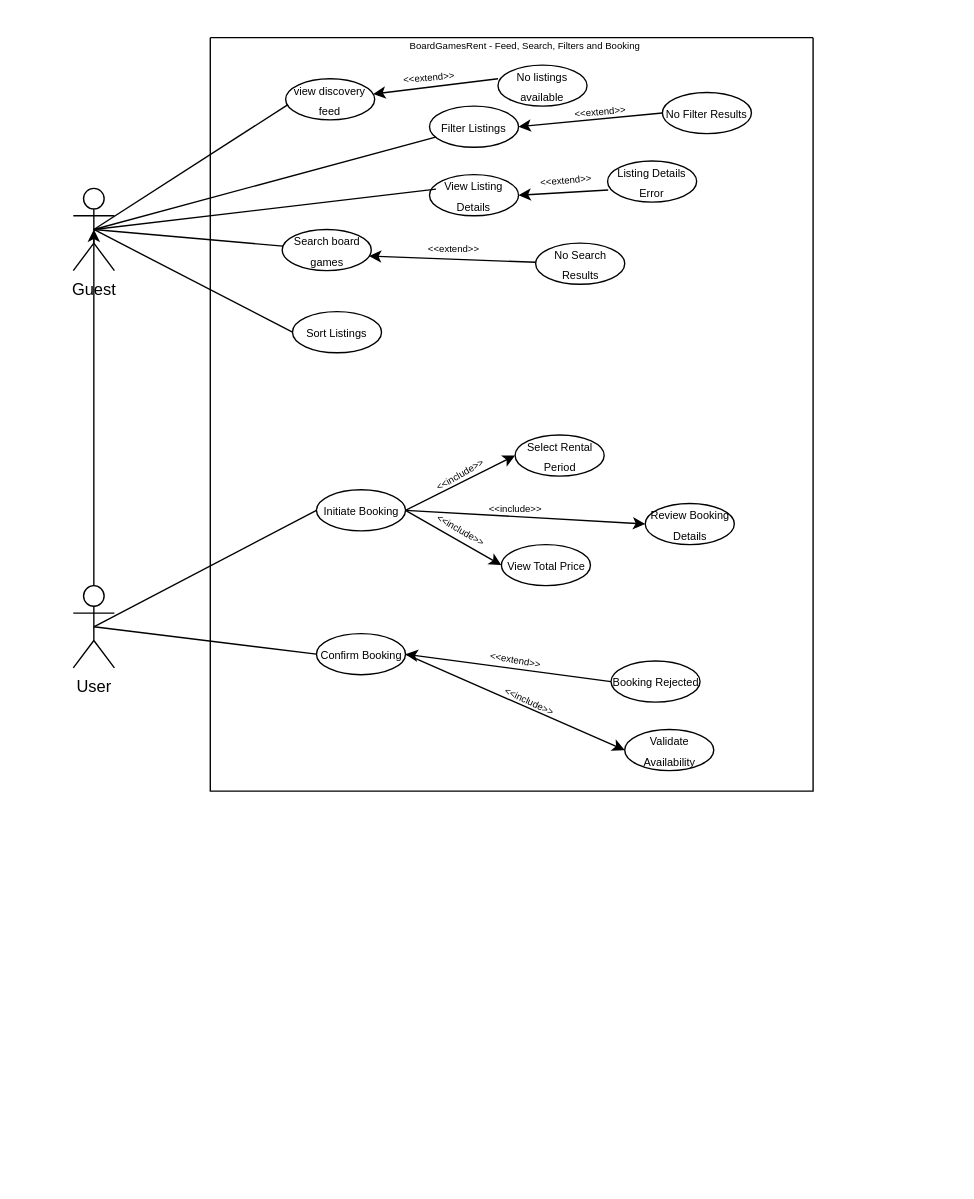
MasterplaYCoding/UBB-SE-2026-UUTSUU keeps this draw.io diagram as design/caseDiagram/CaseDiagram_UUTSUU.drawio. Above is the earlier version. Source tidied: cells renumbered, new cells numbered last; positions are measured from the earlier drawing's top-left corner, leaving out a move shared by most shapes. Both pictures are drawn from the tidied source at 137%, with x=0, y=0 at pixel (73, 23).
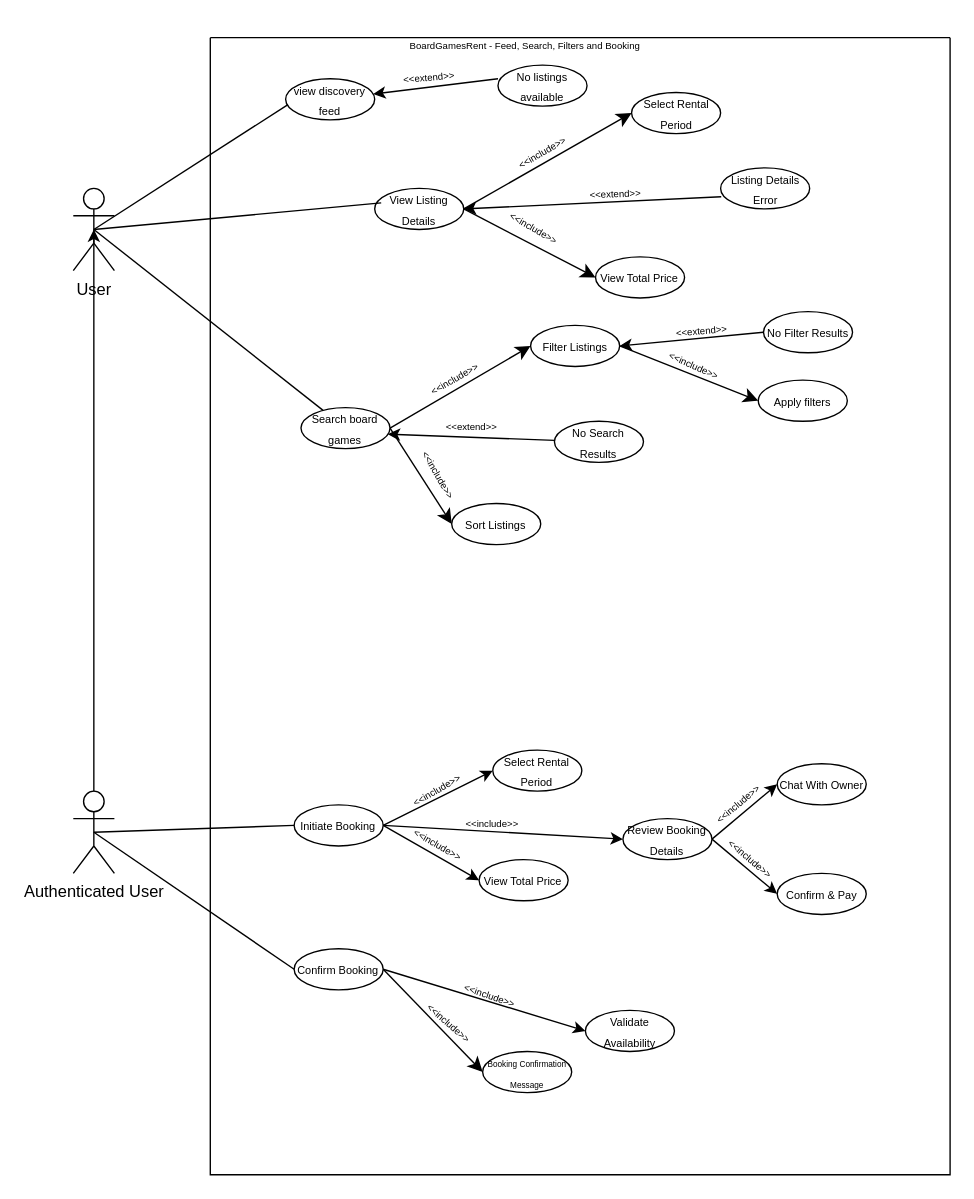
The same page after the edit.

Change to the diagram source:
```diff
@@
     <mxCell id="2" style="swimlane;startSize=0;" parent="1" vertex="1">
-      <mxGeometry x="100" y="10" width="440" height="550" as="geometry" />
+      <mxGeometry x="100" y="10" width="540" height="830" as="geometry" />
     </mxCell>
@@
     <mxCell id="5" value="&lt;span style=&quot;font-size: 8px;&quot;&gt;Search board games&lt;/span&gt;" style="ellipse;whiteSpace=wrap;html=1;" parent="2" vertex="1">
-      <mxGeometry x="52.5" y="140" width="65" height="30" as="geometry" />
+      <mxGeometry x="66.2" y="270" width="65" height="30" as="geometry" />
     </mxCell>
     <mxCell id="6" value="&lt;span style=&quot;font-size: 8px;&quot;&gt;Filter Listings&lt;/span&gt;" style="ellipse;whiteSpace=wrap;html=1;" parent="2" vertex="1">
-      <mxGeometry x="160" y="50" width="65" height="30" as="geometry" />
+      <mxGeometry x="233.8" y="210" width="65" height="30" as="geometry" />
     </mxCell>
     <mxCell id="7" value="&lt;span style=&quot;font-size: 8px;&quot;&gt;View Listing Details&lt;/span&gt;" style="ellipse;whiteSpace=wrap;html=1;" parent="2" vertex="1">
-      <mxGeometry x="160" y="100" width="65" height="30" as="geometry" />
+      <mxGeometry x="120" y="110" width="65" height="30" as="geometry" />
     </mxCell>
@@
     <mxCell id="10" style="endArrow=classic;html=1;rounded=0;entryX=0.989;entryY=0.648;entryDx=0;entryDy=0;entryPerimeter=0;" parent="2" edge="1" source="12">
       <mxGeometry relative="1" as="geometry">
-        <mxPoint x="115.8" y="159.4" as="targetPoint" />
+        <mxPoint x="129.6" y="289.4" as="targetPoint" />
       </mxGeometry>
     </mxCell>
@@
     <mxCell id="12" value="&lt;span style=&quot;font-size: 8px;&quot;&gt;No Search Results&lt;/span&gt;" style="ellipse;whiteSpace=wrap;html=1;" parent="2" vertex="1">
-      <mxGeometry x="237.5" y="150" width="65" height="30" as="geometry" />
+      <mxGeometry x="251.2" y="280" width="65" height="30" as="geometry" />
     </mxCell>
     <mxCell id="13" value="&lt;font&gt;&amp;lt;&amp;lt;extend&amp;gt;&amp;gt;&lt;/font&gt;" style="text;html=1;whiteSpace=wrap;strokeColor=none;fillColor=none;align=center;verticalAlign=middle;rounded=0;fontSize=7;rotation=0;" parent="2" vertex="1">
-      <mxGeometry x="157.5" y="145" width="40" height="20" as="geometry" />
+      <mxGeometry x="171.2" y="275" width="40" height="20" as="geometry" />
     </mxCell>
     <mxCell id="14" value="&lt;span style=&quot;font-size: 8px;&quot;&gt;No Filter Results&lt;/span&gt;" style="ellipse;whiteSpace=wrap;html=1;" parent="2" vertex="1">
-      <mxGeometry x="330" y="40" width="65" height="30" as="geometry" />
+      <mxGeometry x="403.8" y="200" width="65" height="30" as="geometry" />
     </mxCell>
@@
     <mxCell id="16" value="&lt;font&gt;&amp;lt;&amp;lt;extend&amp;gt;&amp;gt;&lt;/font&gt;" style="text;html=1;whiteSpace=wrap;strokeColor=none;fillColor=none;align=center;verticalAlign=middle;rounded=0;fontSize=7;rotation=-5;" parent="2" vertex="1">
-      <mxGeometry x="265" y="45" width="40" height="20" as="geometry" />
+      <mxGeometry x="338.8" y="205" width="40" height="20" as="geometry" />
     </mxCell>
@@
     <mxCell id="18" value="&lt;span style=&quot;font-size: 8px;&quot;&gt;Listing Details Error&lt;/span&gt;" style="ellipse;whiteSpace=wrap;html=1;" parent="2" vertex="1">
-      <mxGeometry x="290" y="90" width="65" height="30" as="geometry" />
+      <mxGeometry x="372.5" y="95" width="65" height="30" as="geometry" />
     </mxCell>
-    <mxCell id="19" value="&lt;font&gt;&amp;lt;&amp;lt;extend&amp;gt;&amp;gt;&lt;/font&gt;" style="text;html=1;whiteSpace=wrap;strokeColor=none;fillColor=none;align=center;verticalAlign=middle;rounded=0;fontSize=7;rotation=-5;" parent="2" vertex="1">
-      <mxGeometry x="240" y="95" width="40" height="20" as="geometry" />
+    <mxCell id="19" value="&lt;font&gt;&amp;lt;&amp;lt;extend&amp;gt;&amp;gt;&lt;/font&gt;" style="text;html=1;whiteSpace=wrap;strokeColor=none;fillColor=none;align=center;verticalAlign=middle;rounded=0;fontSize=7;rotation=358;" parent="2" vertex="1">
+      <mxGeometry x="276.2" y="105" width="40" height="20" as="geometry" />
     </mxCell>
     <mxCell id="20" value="&lt;span style=&quot;font-size: 8px;&quot;&gt;Initiate Booking&lt;/span&gt;" style="ellipse;whiteSpace=wrap;html=1;" parent="2" vertex="1">
-      <mxGeometry x="77.5" y="330" width="65" height="30" as="geometry" />
+      <mxGeometry x="61.2" y="560" width="65" height="30" as="geometry" />
     </mxCell>
     <mxCell id="21" value="&lt;span style=&quot;font-size: 8px;&quot;&gt;Confirm Booking&lt;/span&gt;" style="ellipse;whiteSpace=wrap;html=1;" parent="2" vertex="1">
-      <mxGeometry x="77.5" y="435" width="65" height="30" as="geometry" />
+      <mxGeometry x="61.2" y="665" width="65" height="30" as="geometry" />
     </mxCell>
     <mxCell id="22" value="&lt;span style=&quot;font-size: 8px;&quot;&gt;Select Rental Period&lt;/span&gt;" style="ellipse;whiteSpace=wrap;html=1;" parent="2" vertex="1">
-      <mxGeometry x="222.5" y="290" width="65" height="30" as="geometry" />
+      <mxGeometry x="206.2" y="520" width="65" height="30" as="geometry" />
     </mxCell>
     <mxCell id="23" value="&lt;span style=&quot;font-size: 8px;&quot;&gt;Review Booking Details&lt;/span&gt;" style="ellipse;whiteSpace=wrap;html=1;" parent="2" vertex="1">
-      <mxGeometry x="317.5" y="340" width="65" height="30" as="geometry" />
+      <mxGeometry x="301.2" y="570" width="65" height="30" as="geometry" />
     </mxCell>
     <mxCell id="24" value="&lt;span style=&quot;font-size: 8px;&quot;&gt;View Total Price&lt;/span&gt;" style="ellipse;whiteSpace=wrap;html=1;" parent="2" vertex="1">
-      <mxGeometry x="212.5" y="370" width="65" height="30" as="geometry" />
+      <mxGeometry x="196.2" y="600" width="65" height="30" as="geometry" />
     </mxCell>
@@
     <mxCell id="28" value="&lt;font&gt;&amp;lt;&amp;lt;include&amp;gt;&amp;gt;&lt;/font&gt;" style="text;html=1;whiteSpace=wrap;strokeColor=none;fillColor=none;align=center;verticalAlign=middle;rounded=0;fontSize=7;rotation=-30;" parent="2" vertex="1">
-      <mxGeometry x="162.5" y="310" width="40" height="20" as="geometry" />
+      <mxGeometry x="146.2" y="540" width="40" height="20" as="geometry" />
     </mxCell>
     <mxCell id="29" value="&lt;font&gt;&amp;lt;&amp;lt;include&amp;gt;&amp;gt;&lt;/font&gt;" style="text;html=1;whiteSpace=wrap;strokeColor=none;fillColor=none;align=center;verticalAlign=middle;rounded=0;fontSize=7;rotation=0;" parent="2" vertex="1">
-      <mxGeometry x="202.5" y="335" width="40" height="20" as="geometry" />
+      <mxGeometry x="186.2" y="565" width="40" height="20" as="geometry" />
     </mxCell>
     <mxCell id="30" value="&lt;font&gt;&amp;lt;&amp;lt;include&amp;gt;&amp;gt;&lt;/font&gt;" style="text;html=1;whiteSpace=wrap;strokeColor=none;fillColor=none;align=center;verticalAlign=middle;rounded=0;fontSize=7;rotation=30;" parent="2" vertex="1">
-      <mxGeometry x="162.5" y="350" width="40" height="20" as="geometry" />
+      <mxGeometry x="146.2" y="580" width="40" height="20" as="geometry" />
     </mxCell>
-    <mxCell id="31" value="&lt;span style=&quot;font-size: 8px;&quot;&gt;Booking Rejected&lt;/span&gt;" style="ellipse;whiteSpace=wrap;html=1;" parent="2" vertex="1">
-      <mxGeometry x="292.5" y="455" width="65" height="30" as="geometry" />
+    <mxCell id="31" value="&lt;font style=&quot;font-size: 6px;&quot;&gt;Booking Confirmation&lt;/font&gt;&lt;div&gt;&lt;font style=&quot;font-size: 6px;&quot;&gt;Message&lt;/font&gt;&lt;/div&gt;" style="ellipse;whiteSpace=wrap;html=1;" parent="2" vertex="1">
+      <mxGeometry x="198.8" y="740" width="65" height="30" as="geometry" />
     </mxCell>
-    <mxCell id="32" style="endArrow=classic;html=1;rounded=0;exitX=0;exitY=0.5;exitDx=0;exitDy=0;entryX=1;entryY=0.5;entryDx=0;entryDy=0;" parent="2" edge="1" source="31" target="21">
-      <mxGeometry relative="1" as="geometry" />
-    </mxCell>
-    <mxCell id="33" value="&lt;font&gt;&amp;lt;&amp;lt;extend&amp;gt;&amp;gt;&lt;/font&gt;" style="text;html=1;whiteSpace=wrap;strokeColor=none;fillColor=none;align=center;verticalAlign=middle;rounded=0;fontSize=7;rotation=10;" parent="2" vertex="1">
-      <mxGeometry x="202.5" y="445" width="40" height="20" as="geometry" />
-    </mxCell>
     <mxCell id="34" value="&lt;span style=&quot;font-size: 8px;&quot;&gt;Sort Listings&lt;/span&gt;" style="ellipse;whiteSpace=wrap;html=1;" parent="2" vertex="1">
-      <mxGeometry x="60" y="200" width="65" height="30" as="geometry" />
+      <mxGeometry x="176.2" y="340" width="65" height="30" as="geometry" />
     </mxCell>
     <mxCell id="35" value="&lt;span style=&quot;font-size: 8px;&quot;&gt;Validate Availability&lt;/span&gt;" style="ellipse;whiteSpace=wrap;html=1;" parent="2" vertex="1">
-      <mxGeometry x="302.5" y="505" width="65" height="30" as="geometry" />
+      <mxGeometry x="273.8" y="710" width="65" height="30" as="geometry" />
     </mxCell>
@@
-    <mxCell id="37" value="&lt;font&gt;&amp;lt;&amp;lt;include&amp;gt;&amp;gt;&lt;/font&gt;" style="text;html=1;whiteSpace=wrap;strokeColor=none;fillColor=none;align=center;verticalAlign=middle;rounded=0;fontSize=7;rotation=25;" parent="2" vertex="1">
-      <mxGeometry x="212.5" y="475" width="40" height="20" as="geometry" />
+    <mxCell id="37" value="&lt;font&gt;&amp;lt;&amp;lt;include&amp;gt;&amp;gt;&lt;/font&gt;" style="text;html=1;whiteSpace=wrap;strokeColor=none;fillColor=none;align=center;verticalAlign=middle;rounded=0;fontSize=7;rotation=19;" parent="2" vertex="1">
+      <mxGeometry x="183.8" y="690" width="40" height="20" as="geometry" />
     </mxCell>
+    <mxCell id="48" value="&lt;span style=&quot;font-size: 8px;&quot;&gt;Confirm &amp;amp; Pay&lt;/span&gt;" style="ellipse;whiteSpace=wrap;html=1;" parent="2" vertex="1">
+      <mxGeometry x="413.8" y="610" width="65" height="30" as="geometry" />
+    </mxCell>
+    <mxCell id="49" value="&lt;span style=&quot;font-size: 8px;&quot;&gt;Chat With Owner&lt;/span&gt;" style="ellipse;whiteSpace=wrap;html=1;" parent="2" vertex="1">
+      <mxGeometry x="413.8" y="530" width="65" height="30" as="geometry" />
+    </mxCell>
+    <mxCell id="50" value="&lt;font&gt;&amp;lt;&amp;lt;include&amp;gt;&amp;gt;&lt;/font&gt;" style="text;html=1;whiteSpace=wrap;strokeColor=none;fillColor=none;align=center;verticalAlign=middle;rounded=0;fontSize=7;rotation=-40;" parent="2" vertex="1">
+      <mxGeometry x="366.2" y="550" width="40" height="20" as="geometry" />
+    </mxCell>
+    <mxCell id="51" style="endArrow=classic;html=1;rounded=0;exitX=1;exitY=0.5;exitDx=0;exitDy=0;entryX=0;entryY=0.5;entryDx=0;entryDy=0;" parent="2" edge="1" source="23" target="49">
+      <mxGeometry relative="1" as="geometry" />
+    </mxCell>
+    <mxCell id="52" style="endArrow=classic;html=1;rounded=0;exitX=1;exitY=0.5;exitDx=0;exitDy=0;entryX=0;entryY=0.5;entryDx=0;entryDy=0;" parent="2" edge="1" source="23" target="48">
+      <mxGeometry relative="1" as="geometry" />
+    </mxCell>
+    <mxCell id="53" value="&lt;font&gt;&amp;lt;&amp;lt;include&amp;gt;&amp;gt;&lt;/font&gt;" style="text;html=1;whiteSpace=wrap;strokeColor=none;fillColor=none;align=center;verticalAlign=middle;rounded=0;fontSize=7;rotation=40;" parent="2" vertex="1">
+      <mxGeometry x="373.8" y="590" width="40" height="20" as="geometry" />
+    </mxCell>
+    <mxCell id="54" style="endArrow=classic;html=1;rounded=0;fontSize=12;startSize=8;endSize=8;curved=1;exitX=1;exitY=0.5;exitDx=0;exitDy=0;entryX=0;entryY=0.5;entryDx=0;entryDy=0;" parent="2" edge="1" source="21" target="31">
+      <mxGeometry relative="1" as="geometry" />
+    </mxCell>
+    <mxCell id="55" value="&lt;font&gt;&amp;lt;&amp;lt;include&amp;gt;&amp;gt;&lt;/font&gt;" style="text;html=1;whiteSpace=wrap;strokeColor=none;fillColor=none;align=center;verticalAlign=middle;rounded=0;fontSize=7;rotation=41;" parent="2" vertex="1">
+      <mxGeometry x="153.8" y="710" width="40" height="20" as="geometry" />
+    </mxCell>
+    <mxCell id="56" value="&lt;span style=&quot;font-size: 8px;&quot;&gt;View Total Price&lt;/span&gt;" style="ellipse;whiteSpace=wrap;html=1;" parent="2" vertex="1">
+      <mxGeometry x="281.2" y="160" width="65" height="30" as="geometry" />
+    </mxCell>
+    <mxCell id="57" value="&lt;span style=&quot;font-size: 8px;&quot;&gt;Select Rental&lt;/span&gt;&lt;div&gt;&lt;span style=&quot;font-size: 8px;&quot;&gt;Period&lt;/span&gt;&lt;/div&gt;" style="ellipse;whiteSpace=wrap;html=1;" parent="2" vertex="1">
+      <mxGeometry x="307.5" y="40" width="65" height="30" as="geometry" />
+    </mxCell>
+    <mxCell id="58" style="endArrow=classic;html=1;rounded=0;fontSize=12;startSize=8;endSize=8;curved=1;exitX=1;exitY=0.5;exitDx=0;exitDy=0;entryX=0;entryY=0.5;entryDx=0;entryDy=0;" parent="2" edge="1" source="7" target="57">
+      <mxGeometry relative="1" as="geometry" />
+    </mxCell>
+    <mxCell id="59" value="&lt;font&gt;&amp;lt;&amp;lt;include&amp;gt;&amp;gt;&lt;/font&gt;" style="text;html=1;whiteSpace=wrap;strokeColor=none;fillColor=none;align=center;verticalAlign=middle;rounded=0;fontSize=7;rotation=-30;" parent="2" vertex="1">
+      <mxGeometry x="222.5" y="75" width="40" height="20" as="geometry" />
+    </mxCell>
+    <mxCell id="60" style="endArrow=classic;html=1;rounded=0;fontSize=12;startSize=8;endSize=8;curved=1;exitX=1;exitY=0.5;exitDx=0;exitDy=0;entryX=0;entryY=0.5;entryDx=0;entryDy=0;" parent="2" edge="1" source="7" target="56">
+      <mxGeometry relative="1" as="geometry" />
+    </mxCell>
+    <mxCell id="61" value="&lt;font&gt;&amp;lt;&amp;lt;include&amp;gt;&amp;gt;&lt;/font&gt;" style="text;html=1;whiteSpace=wrap;strokeColor=none;fillColor=none;align=center;verticalAlign=middle;rounded=0;fontSize=7;rotation=30;" parent="2" vertex="1">
+      <mxGeometry x="216.2" y="130" width="40" height="20" as="geometry" />
+    </mxCell>
+    <mxCell id="62" style="endArrow=classic;html=1;rounded=0;fontSize=12;startSize=8;endSize=8;curved=1;exitX=1;exitY=0.5;exitDx=0;exitDy=0;entryX=0;entryY=0.5;entryDx=0;entryDy=0;" parent="2" edge="1" source="5" target="6">
+      <mxGeometry relative="1" as="geometry" />
+    </mxCell>
+    <mxCell id="63" style="endArrow=classic;html=1;rounded=0;fontSize=12;startSize=8;endSize=8;curved=1;exitX=1;exitY=0.5;exitDx=0;exitDy=0;entryX=0;entryY=0.5;entryDx=0;entryDy=0;" parent="2" edge="1" source="5" target="34">
+      <mxGeometry relative="1" as="geometry" />
+    </mxCell>
+    <mxCell id="64" value="&lt;font&gt;&amp;lt;&amp;lt;include&amp;gt;&amp;gt;&lt;/font&gt;" style="text;html=1;whiteSpace=wrap;strokeColor=none;fillColor=none;align=center;verticalAlign=middle;rounded=0;fontSize=7;rotation=-30;" parent="2" vertex="1">
+      <mxGeometry x="158.8" y="240" width="40" height="20" as="geometry" />
+    </mxCell>
+    <mxCell id="65" value="&lt;font&gt;&amp;lt;&amp;lt;include&amp;gt;&amp;gt;&lt;/font&gt;" style="text;html=1;whiteSpace=wrap;strokeColor=none;fillColor=none;align=center;verticalAlign=middle;rounded=0;fontSize=7;rotation=60;" parent="2" vertex="1">
+      <mxGeometry x="146.2" y="310" width="40" height="20" as="geometry" />
+    </mxCell>
+    <mxCell id="66" style="endArrow=classic;html=1;rounded=0;fontSize=12;startSize=8;endSize=8;curved=1;exitX=1;exitY=0.5;exitDx=0;exitDy=0;entryX=0;entryY=0.5;entryDx=0;entryDy=0;" parent="2" edge="1" source="6" target="67">
+      <mxGeometry relative="1" as="geometry" />
+    </mxCell>
+    <mxCell id="67" value="&lt;span style=&quot;font-size: 8px;&quot;&gt;Apply filters&lt;/span&gt;" style="ellipse;whiteSpace=wrap;html=1;" parent="2" vertex="1">
+      <mxGeometry x="400" y="250" width="65" height="30" as="geometry" />
+    </mxCell>
+    <mxCell id="68" value="&lt;font&gt;&amp;lt;&amp;lt;include&amp;gt;&amp;gt;&lt;/font&gt;" style="text;html=1;whiteSpace=wrap;strokeColor=none;fillColor=none;align=center;verticalAlign=middle;rounded=0;fontSize=7;rotation=24;" parent="2" vertex="1">
+      <mxGeometry x="332.5" y="230" width="40" height="20" as="geometry" />
+    </mxCell>
-    <mxCell id="38" value="User" style="shape=umlActor;verticalLabelPosition=bottom;verticalAlign=top;html=1;outlineConnect=0;" parent="1" vertex="1">
-      <mxGeometry y="410" width="30" height="60" as="geometry" />
+    <mxCell id="38" value="Authenticated User" style="shape=umlActor;verticalLabelPosition=bottom;verticalAlign=top;html=1;outlineConnect=0;" parent="1" vertex="1">
+      <mxGeometry y="560" width="30" height="60" as="geometry" />
     </mxCell>
-    <mxCell id="39" value="Guest" style="shape=umlActor;verticalLabelPosition=bottom;verticalAlign=top;html=1;outlineConnect=0;" parent="1" vertex="1">
+    <mxCell id="39" value="User" style="shape=umlActor;verticalLabelPosition=bottom;verticalAlign=top;html=1;outlineConnect=0;" parent="1" vertex="1">
       <mxGeometry y="120" width="30" height="60" as="geometry" />
     </mxCell>
@@
-    <mxCell id="42" style="endArrow=none;html=1;rounded=0;exitX=0.5;exitY=0.5;exitDx=0;exitDy=0;exitPerimeter=0;" parent="1" edge="1" source="39" target="6">
-      <mxGeometry relative="1" as="geometry" />
-    </mxCell>
@@
-    <mxCell id="46" style="endArrow=none;html=1;rounded=0;exitX=0.5;exitY=0.5;exitDx=0;exitDy=0;exitPerimeter=0;entryX=0;entryY=0.5;entryDx=0;entryDy=0;" parent="1" edge="1" source="39" target="34">
-      <mxGeometry relative="1" as="geometry" />
-    </mxCell>
```
